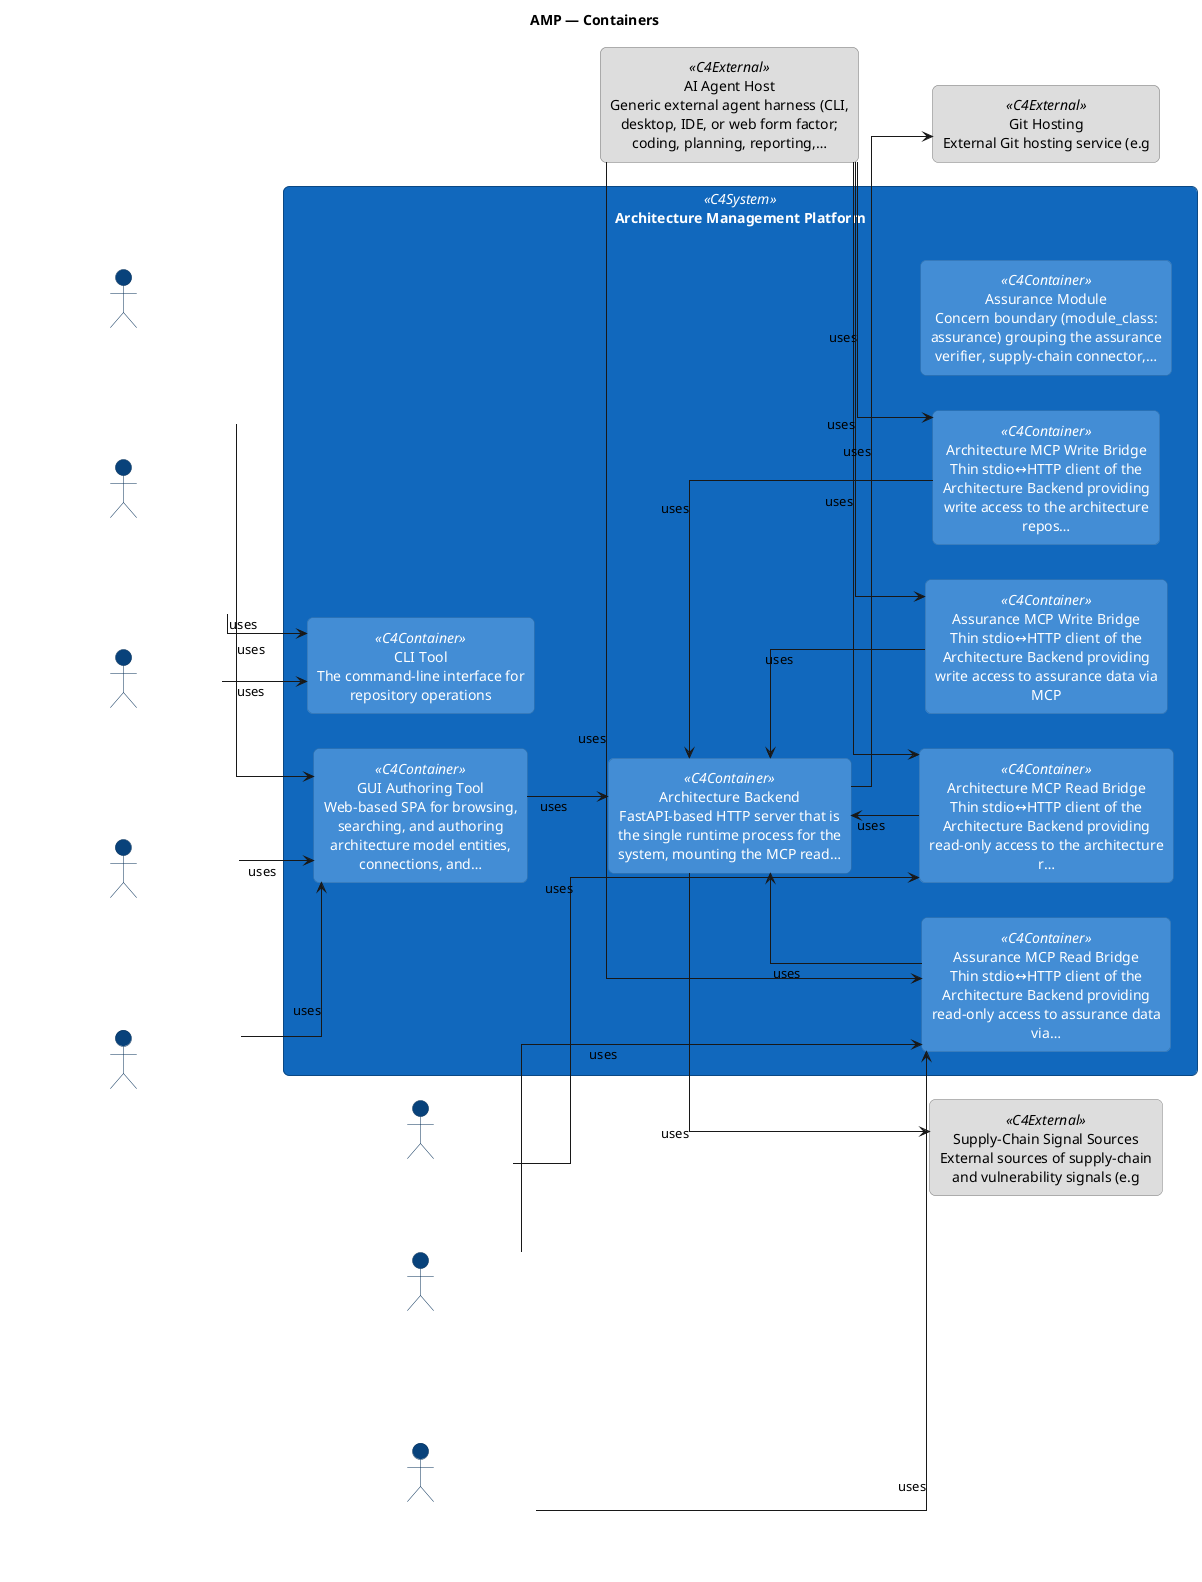
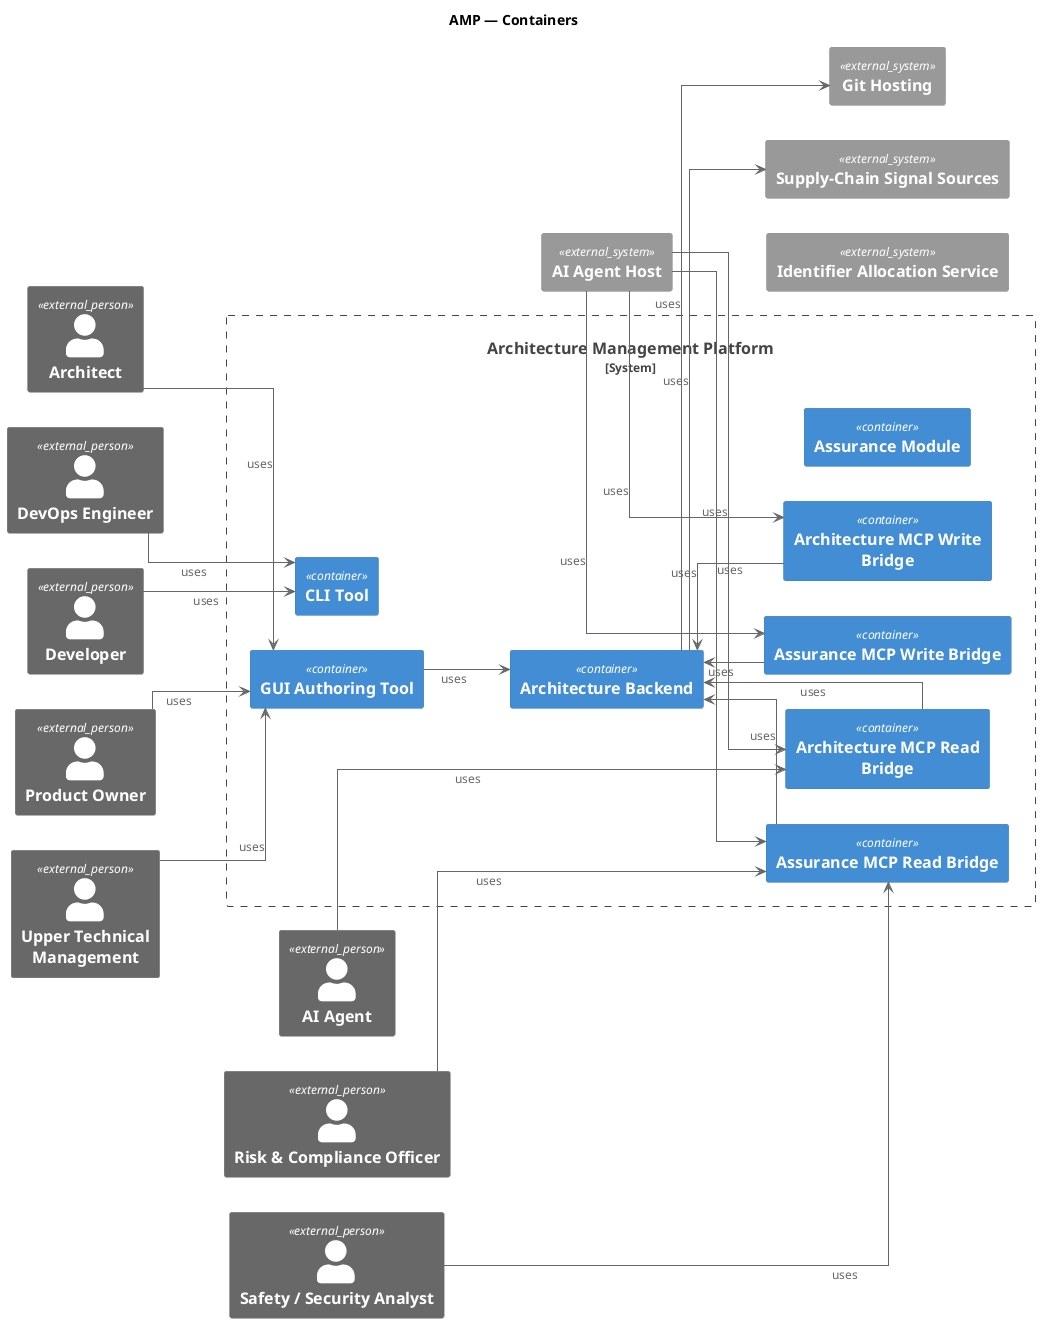
---
artifact-id: CC@1780829785.Z_fI-N.amp-containers
artifact-type: diagram
name: "AMP \u2014 Containers"
version: 0.1.0
status: draft
keywords:
- c4
- container
- amp
diagram-type: c4-container
entity-ids-used:
- ACT@1712870400.Nn7Oo7.architect
- ACT@1712870400.OLWiNc.devops-engineer
- ACT@1712870400.Pp8Qq8.developer
- ACT@1712870400.Rr9Ss9.product-owner
- ACT@1712870400.Ut1Vv1.upper-technical-management
- APP@1712870400.kjC6ex.cli-tool
- APP@1776149382.lmO0mp.gui-authoring-tool
- APP@1777293133.OYEmP1.architecture-backend
- APP@1780783671.hkrdtm.architecture-management-platform
- APP@1780783708.Ne0utf.architecture-mcp-read-bridge
- APP@1780783709.etTj9M.architecture-mcp-write-bridge
- APP@1780783710.iu_kKL.assurance-mcp-read-bridge
- APP@1780783711.js9xHR.assurance-mcp-write-bridge
- APP@1780783991.v6AXNw.ai-agent-host
- APP@1780783992.Je9pmw.git-hosting
- APP@1780783993.JqIBPJ.supply-chain-signal-sources
- ROL@1776633082.udXPfB.ai-agent
- ROL@1780656241.abNYhO.risk-compliance-officer
- ROL@1780656241.yswDMB.safety-security-analyst
- GRP@1780819145.rW_2nX.assurance-module
+ - APP@1781976554.AeU7V3.identifier-allocation-service
connection-ids-used:
- ACT@1712870400.Nn7Oo7.architect---APP@1776149382.lmO0mp.gui-authoring-tool@@archimate-association
- ACT@1712870400.OLWiNc.devops-engineer---APP@1712870400.kjC6ex.cli-tool@@archimate-association
- ACT@1712870400.Pp8Qq8.developer---APP@1712870400.kjC6ex.cli-tool@@archimate-association
- ACT@1712870400.Rr9Ss9.product-owner---APP@1776149382.lmO0mp.gui-authoring-tool@@archimate-association
- ACT@1712870400.Ut1Vv1.upper-technical-management---APP@1776149382.lmO0mp.gui-authoring-tool@@archimate-association
- APP@1777293133.OYEmP1.architecture-backend---APP@1776149382.lmO0mp.gui-authoring-tool@@archimate-serving
- APP@1777293133.OYEmP1.architecture-backend---APP@1780783708.Ne0utf.architecture-mcp-read-bridge@@archimate-serving
- APP@1777293133.OYEmP1.architecture-backend---APP@1780783709.etTj9M.architecture-mcp-write-bridge@@archimate-serving
- APP@1777293133.OYEmP1.architecture-backend---APP@1780783710.iu_kKL.assurance-mcp-read-bridge@@archimate-serving
- APP@1777293133.OYEmP1.architecture-backend---APP@1780783711.js9xHR.assurance-mcp-write-bridge@@archimate-serving
- APP@1780783991.v6AXNw.ai-agent-host---APP@1780783708.Ne0utf.architecture-mcp-read-bridge@@archimate-association
- APP@1780783991.v6AXNw.ai-agent-host---APP@1780783709.etTj9M.architecture-mcp-write-bridge@@archimate-association
- APP@1780783991.v6AXNw.ai-agent-host---APP@1780783710.iu_kKL.assurance-mcp-read-bridge@@archimate-association
- APP@1780783991.v6AXNw.ai-agent-host---APP@1780783711.js9xHR.assurance-mcp-write-bridge@@archimate-association
- APP@1780783992.Je9pmw.git-hosting---APP@1777293133.OYEmP1.architecture-backend@@archimate-serving
- APP@1780783992.Je9pmw.git-hosting---APP@1777293134.tY3JIK.git-sync-service@@archimate-serving
- APP@1780783993.JqIBPJ.supply-chain-signal-sources---APP@1777293133.OYEmP1.architecture-backend@@archimate-serving
- ROL@1776633082.udXPfB.ai-agent---APP@1780783708.Ne0utf.architecture-mcp-read-bridge@@archimate-association
- ROL@1780656241.abNYhO.risk-compliance-officer---APP@1780783710.iu_kKL.assurance-mcp-read-bridge@@archimate-association
- ROL@1780656241.yswDMB.safety-security-analyst---APP@1780783710.iu_kKL.assurance-mcp-read-bridge@@archimate-association
- APP@1780783993.JqIBPJ.supply-chain-signal-sources---APP@1780656431.e2zPs6.supply-chain-vulnerability-connector@@archimate-serving
+ - APP@1781976554.AeU7V3.identifier-allocation-service---APP@1776633697.SCKD2U.diagram-scaffolder@@archimate-serving
diagram-entities: {}
bindings:
- id: bind-scope
  subject:
    kind: diagram
  correspondence_kind: scoped-by
  target:
    entity_id: APP@1780783671.hkrdtm.architecture-management-platform
- last-updated: '2026-06-16'
+ last-updated: '2026-06-21'
---
@startuml amp---containers
+ !include <C4/C4_Component>
left to right direction
skinparam shadowing false
skinparam linetype ortho
skinparam defaultTextAlignment center
skinparam wrapWidth 240
skinparam maxMessageSize 240
- skinparam rectangle {
-   RoundCorner 12
-   Padding 10
- }
- skinparam actor {
-   BackgroundColor #08427b
-   BorderColor #052e56
-   FontColor white
- }
- skinparam rectangle<<C4System>> {
-   BackgroundColor #1168bd
-   BorderColor #0b4884
-   FontColor white
- }
- skinparam rectangle<<C4Container>> {
-   BackgroundColor #438dd5
-   BorderColor #2f6da6
-   FontColor white
- }
- skinparam rectangle<<C4Component>> {
-   BackgroundColor #85bbf0
-   BorderColor #5e98c8
-   FontColor black
- }
- skinparam rectangle<<C4External>> {
-   BackgroundColor #dddddd
-   BorderColor #777777
-   FontColor black
- }

title AMP — Containers

- rectangle "Architecture Management Platform" <<C4System>> as APP_hkrdtm {
-   rectangle "CLI Tool\nThe command-line interface for repository operations" <<C4Container>> as APP_kjC6ex
-   rectangle "GUI Authoring Tool\nWeb-based SPA for browsing, searching, and authoring architecture model entities, connections, and…" <<C4Container>> as APP_lmO0mp
-   rectangle "Architecture Backend\nFastAPI-based HTTP server that is the single runtime process for the system, mounting the MCP read…" <<C4Container>> as APP_OYEmP1
-   rectangle "Architecture MCP Read Bridge\nThin stdio↔HTTP client of the Architecture Backend providing read-only access to the architecture r…" <<C4Container>> as APP_Ne0utf
-   rectangle "Architecture MCP Write Bridge\nThin stdio↔HTTP client of the Architecture Backend providing write access to the architecture repos…" <<C4Container>> as APP_etTj9M
-   rectangle "Assurance MCP Read Bridge\nThin stdio↔HTTP client of the Architecture Backend providing read-only access to assurance data via…" <<C4Container>> as APP_iu_kKL
-   rectangle "Assurance MCP Write Bridge\nThin stdio↔HTTP client of the Architecture Backend providing write access to assurance data via MCP" <<C4Container>> as APP_js9xHR
-   rectangle "Assurance Module\nConcern boundary (module_class: assurance) grouping the assurance verifier, supply-chain connector,…" <<C4Container>> as GRP_rW_2nX
+ System_Boundary(APP_hkrdtm, "Architecture Management Platform") {
+   Container(APP_kjC6ex, "CLI Tool", "")
+   Container(APP_lmO0mp, "GUI Authoring Tool", "")
+   Container(APP_OYEmP1, "Architecture Backend", "")
+   Container(APP_Ne0utf, "Architecture MCP Read Bridge", "")
+   Container(APP_etTj9M, "Architecture MCP Write Bridge", "")
+   Container(APP_iu_kKL, "Assurance MCP Read Bridge", "")
+   Container(APP_js9xHR, "Assurance MCP Write Bridge", "")
+   Container(GRP_rW_2nX, "Assurance Module", "")
  APP_kjC6ex -[hidden]right- APP_lmO0mp
  APP_lmO0mp -[hidden]right- APP_OYEmP1
  APP_OYEmP1 -[hidden]right- APP_Ne0utf
  APP_Ne0utf -[hidden]right- APP_etTj9M
  APP_etTj9M -[hidden]right- APP_iu_kKL
  APP_iu_kKL -[hidden]right- APP_js9xHR
  APP_js9xHR -[hidden]right- GRP_rW_2nX

}

- actor "Architect\nA concrete actor (human or AI agent) who performs the Author and Reviewer roles for architectural m…" as ACT_Nn7Oo7
- actor "DevOps Engineer\nA concrete actor (human) who consumes and contributes to the technology domain of the architectural…" as ACT_OLWiNc
- actor "Developer\nA concrete actor (human or AI coding agent) who primarily consumes the architecture repository for…" as ACT_Pp8Qq8
- actor "Product Owner\nA concrete actor (human) who uses the architecture repository for product planning and requirements…" as ACT_Rr9Ss9
- actor "Upper Technical Management\nA concrete actor group (CTOs, VPs of Engineering, principal engineers) who use the architecture rep…" as ACT_Ut1Vv1
- rectangle "AI Agent Host\nGeneric external agent harness (CLI, desktop, IDE, or web form factor; coding, planning, reporting,…" <<C4External>> as APP_v6AXNw
- rectangle "Git Hosting\nExternal Git hosting service (e.g" <<C4External>> as APP_Je9pmw
- rectangle "Supply-Chain Signal Sources\nExternal sources of supply-chain and vulnerability signals (e.g" <<C4External>> as APP_JqIBPJ
- actor "AI Agent\nThe role performed by an AI language model (e.g" as ROL_udXPfB
- actor "Risk & Compliance Officer\nRole that manages GRC assessments, regulatory obligation mappings, and compliance evidence within t…" as ROL_abNYhO
- actor "Safety / Security Analyst\nRole that performs hazard analysis, STPA, CAST investigations, and security analysis within the ass…" as ROL_yswDMB
+ Person_Ext(ACT_Nn7Oo7, "Architect")
+ Person_Ext(ACT_OLWiNc, "DevOps Engineer")
+ Person_Ext(ACT_Pp8Qq8, "Developer")
+ Person_Ext(ACT_Rr9Ss9, "Product Owner")
+ Person_Ext(ACT_Ut1Vv1, "Upper Technical Management")
+ System_Ext(APP_v6AXNw, "AI Agent Host")
+ System_Ext(APP_Je9pmw, "Git Hosting")
+ System_Ext(APP_JqIBPJ, "Supply-Chain Signal Sources")
+ System_Ext(APP_AeU7V3, "Identifier Allocation Service")
+ Person_Ext(ROL_udXPfB, "AI Agent")
+ Person_Ext(ROL_abNYhO, "Risk & Compliance Officer")
+ Person_Ext(ROL_yswDMB, "Safety / Security Analyst")

ACT_Nn7Oo7 -[hidden]right- ACT_OLWiNc
ACT_OLWiNc -[hidden]right- ACT_Pp8Qq8
ACT_Pp8Qq8 -[hidden]right- ACT_Rr9Ss9
ACT_Rr9Ss9 -[hidden]right- ACT_Ut1Vv1
ACT_Ut1Vv1 -[hidden]right- ROL_udXPfB
ROL_udXPfB -[hidden]right- ROL_abNYhO
ROL_abNYhO -[hidden]right- ROL_yswDMB
ROL_yswDMB -[hidden]right- APP_hkrdtm
APP_hkrdtm -[hidden]right- APP_v6AXNw
APP_v6AXNw -[hidden]right- APP_Je9pmw
APP_Je9pmw -[hidden]right- APP_JqIBPJ
+ APP_JqIBPJ -[hidden]right- APP_AeU7V3


ACT_Nn7Oo7 --> APP_lmO0mp : uses
ACT_OLWiNc --> APP_kjC6ex : uses
ACT_Pp8Qq8 --> APP_kjC6ex : uses
ACT_Rr9Ss9 --> APP_lmO0mp : uses
ACT_Ut1Vv1 --> APP_lmO0mp : uses
APP_lmO0mp --> APP_OYEmP1 : uses
APP_Ne0utf --> APP_OYEmP1 : uses
APP_etTj9M --> APP_OYEmP1 : uses
APP_iu_kKL --> APP_OYEmP1 : uses
APP_js9xHR --> APP_OYEmP1 : uses
APP_v6AXNw --> APP_Ne0utf : uses
APP_v6AXNw --> APP_etTj9M : uses
APP_v6AXNw --> APP_iu_kKL : uses
APP_v6AXNw --> APP_js9xHR : uses
APP_OYEmP1 --> APP_Je9pmw : uses
APP_OYEmP1 --> APP_JqIBPJ : uses
ROL_udXPfB --> APP_Ne0utf : uses
ROL_abNYhO --> APP_iu_kKL : uses
ROL_yswDMB --> APP_iu_kKL : uses
@enduml
